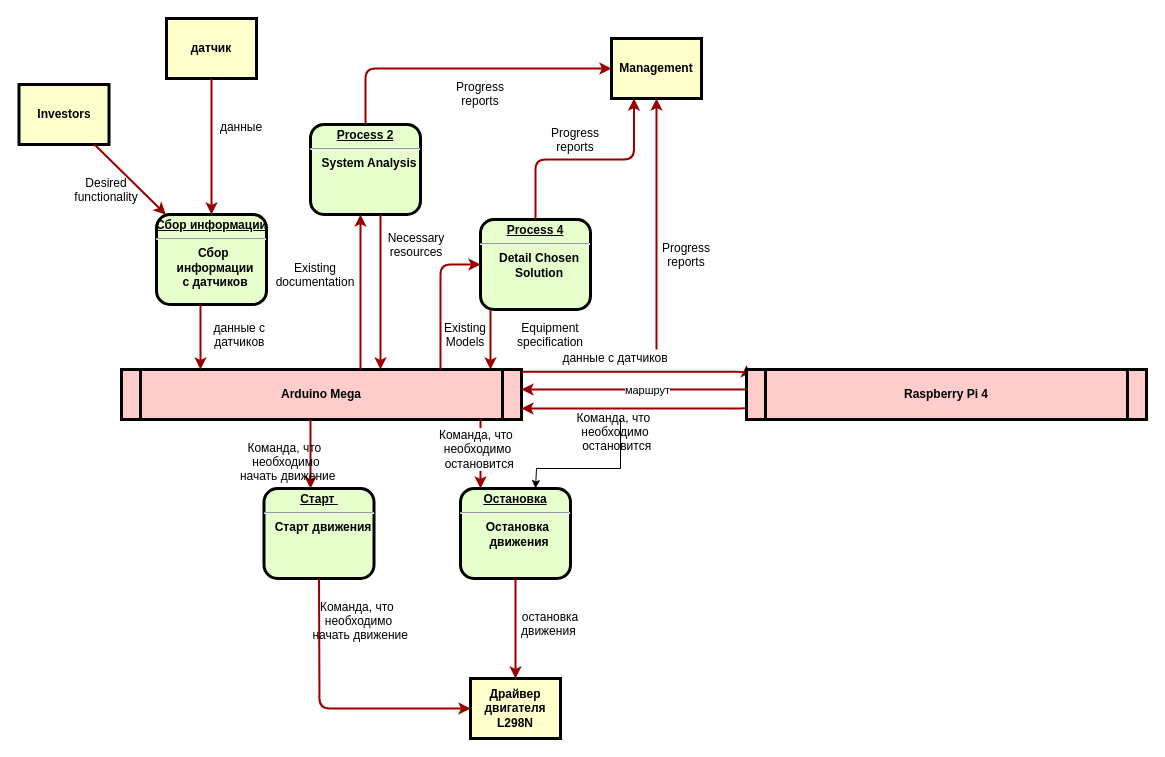
Earlier version of the draw.io diagram dfdardplusras.drawio (Fgeeha/draw.io). Source tidied: cells renumbered, new cells numbered last; positions are measured from the earlier drawing's top-left corner, leaving out a move shared by most shapes. Both pictures are drawn from the tidied source at 100%, with x=0, y=0 at pixel (18, 18).
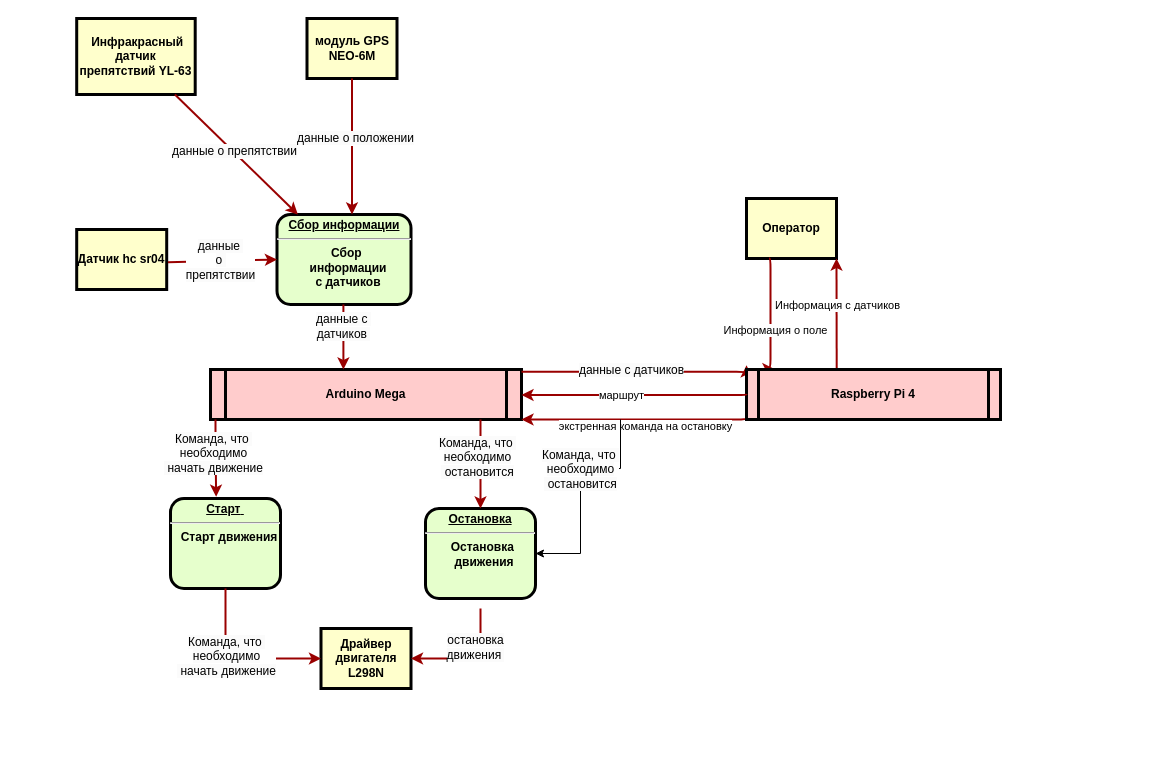
Above is the later version.

The change refers to these unchanged cells:
```xml
<mxCell id="12" style="edgeStyle=none;noEdgeStyle=1;strokeColor=#990000;strokeWidth=2;" parent="1" edge="1" source="4" target="2">
  <mxGeometry relative="1" as="geometry" />
</mxCell>
<mxCell id="32" style="edgeStyle=elbowEdgeStyle;elbow=vertical;strokeColor=#990000;strokeWidth=2;entryX=0;entryY=0.25;entryDx=0;entryDy=0;" parent="1" edge="1">
  <mxGeometry relative="1" as="geometry">
    <mxPoint x="503" y="353.2" as="sourcePoint" />
    <mxPoint x="728" y="346.8" as="targetPoint" />
    <Array as="points">
      <mxPoint x="552" y="353.2" />
    </Array>
  </mxGeometry>
</mxCell>
```

Change to the diagram source:
```diff
@@
     <mxCell id="2" value="&lt;p style=&quot;margin: 0px; margin-top: 4px; text-align: center; text-decoration: underline;&quot;&gt;&lt;strong&gt;Сбор информации&lt;/strong&gt;&lt;/p&gt;&lt;hr&gt;&lt;p style=&quot;margin: 0px; margin-left: 8px;&quot;&gt;Сбор&amp;nbsp;&lt;/p&gt;&lt;p style=&quot;margin: 0px; margin-left: 8px;&quot;&gt;информации&lt;/p&gt;&lt;p style=&quot;margin: 0px; margin-left: 8px;&quot;&gt;с датчиков&lt;/p&gt;" style="verticalAlign=middle;align=center;overflow=fill;fontSize=12;fontFamily=Helvetica;html=1;rounded=1;fontStyle=1;strokeWidth=3;fillColor=#E6FFCC;" parent="1" vertex="1">
-      <mxGeometry x="138" y="196" width="110" height="90" as="geometry" />
+      <mxGeometry x="258.5" y="196" width="134" height="90" as="geometry" />
     </mxCell>
-    <mxCell id="3" value="датчик" style="whiteSpace=wrap;align=center;verticalAlign=middle;fontStyle=1;strokeWidth=3;fillColor=#FFFFCC;" parent="1" vertex="1">
-      <mxGeometry x="148" width="90" height="60" as="geometry" />
+    <mxCell id="3" value="модуль GPS NEO-6M" style="whiteSpace=wrap;align=center;verticalAlign=middle;fontStyle=1;strokeWidth=3;fillColor=#FFFFCC;" parent="1" vertex="1">
+      <mxGeometry x="288.5" width="90" height="60" as="geometry" />
     </mxCell>
-    <mxCell id="4" value="Investors" style="whiteSpace=wrap;align=center;verticalAlign=middle;fontStyle=1;strokeWidth=3;fillColor=#FFFFCC;" parent="1" vertex="1">
-      <mxGeometry x="0.5" y="66" width="90" height="60" as="geometry" />
+    <mxCell id="4" value=" Инфракрасный датчик препятствий YL-63" style="whiteSpace=wrap;align=center;verticalAlign=middle;fontStyle=1;strokeWidth=3;fillColor=#FFFFCC;" parent="1" vertex="1">
+      <mxGeometry x="58.2" width="118.5" height="76" as="geometry" />
     </mxCell>
     <mxCell id="5" value="Arduino Mega" style="shape=process;whiteSpace=wrap;align=center;verticalAlign=middle;size=0.0475;fontStyle=1;strokeWidth=3;fillColor=#FFCCCC;" parent="1" vertex="1">
-      <mxGeometry x="103" y="351" width="400" height="50" as="geometry" />
+      <mxGeometry x="192" y="351" width="311" height="50" as="geometry" />
     </mxCell>
-    <mxCell id="6" value="&lt;p style=&quot;margin: 0px; margin-top: 4px; text-align: center; text-decoration: underline;&quot;&gt;&lt;strong&gt;Process 2&lt;br /&gt;&lt;/strong&gt;&lt;/p&gt;&lt;hr /&gt;&lt;p style=&quot;margin: 0px; margin-left: 8px;&quot;&gt;System Analysis&lt;/p&gt;" style="verticalAlign=middle;align=center;overflow=fill;fontSize=12;fontFamily=Helvetica;html=1;rounded=1;fontStyle=1;strokeWidth=3;fillColor=#E6FFCC;" parent="1" vertex="1">
-      <mxGeometry x="292" y="106" width="110" height="90" as="geometry" />
-    </mxCell>
-    <mxCell id="7" value="&lt;p style=&quot;margin: 0px; margin-top: 4px; text-align: center; text-decoration: underline;&quot;&gt;&lt;strong&gt;&lt;strong&gt;Process&lt;/strong&gt; 4&lt;br /&gt;&lt;/strong&gt;&lt;/p&gt;&lt;hr /&gt;&lt;p style=&quot;margin: 0px; margin-left: 8px;&quot;&gt;Detail Chosen&lt;/p&gt;&lt;p style=&quot;margin: 0px; margin-left: 8px;&quot;&gt;Solution&lt;/p&gt;" style="verticalAlign=middle;align=center;overflow=fill;fontSize=12;fontFamily=Helvetica;html=1;rounded=1;fontStyle=1;strokeWidth=3;fillColor=#E6FFCC;" parent="1" vertex="1">
-      <mxGeometry x="462" y="201" width="110" height="90" as="geometry" />
-    </mxCell>
     <mxCell id="8" value="&lt;p style=&quot;margin: 0px; margin-top: 4px; text-align: center; text-decoration: underline;&quot;&gt;Остановка&lt;/p&gt;&lt;hr&gt;&lt;p style=&quot;margin: 0px; margin-left: 8px;&quot;&gt;Остановка&amp;nbsp;&lt;/p&gt;&lt;p style=&quot;margin: 0px; margin-left: 8px;&quot;&gt;движения&lt;/p&gt;" style="verticalAlign=middle;align=center;overflow=fill;fontSize=12;fontFamily=Helvetica;html=1;rounded=1;fontStyle=1;strokeWidth=3;fillColor=#E6FFCC;" parent="1" vertex="1">
-      <mxGeometry x="442" y="470" width="110" height="90" as="geometry" />
+      <mxGeometry x="407" y="490" width="110" height="90" as="geometry" />
     </mxCell>
-    <mxCell id="9" value="Management" style="whiteSpace=wrap;align=center;verticalAlign=middle;fontStyle=1;strokeWidth=3;fillColor=#FFFFCC;" parent="1" vertex="1">
-      <mxGeometry x="593" y="20" width="90" height="60" as="geometry" />
+    <mxCell id="9" value="Оператор" style="whiteSpace=wrap;align=center;verticalAlign=middle;fontStyle=1;strokeWidth=3;fillColor=#FFFFCC;" parent="1" vertex="1">
+      <mxGeometry x="728" y="180" width="90" height="60" as="geometry" />
     </mxCell>
     <mxCell id="10" value="Драйвер двигателя L298N" style="whiteSpace=wrap;align=center;verticalAlign=middle;fontStyle=1;strokeWidth=3;fillColor=#FFFFCC;" parent="1" vertex="1">
-      <mxGeometry x="452" y="660" width="90" height="60" as="geometry" />
+      <mxGeometry x="302.5" y="610" width="90" height="60" as="geometry" />
     </mxCell>
-    <mxCell id="11" style="edgeStyle=none;noEdgeStyle=1;strokeColor=#990000;strokeWidth=2;" parent="1" edge="1" source="3" target="2">
-      <mxGeometry relative="1" as="geometry" />
+    <mxCell id="11" style="edgeStyle=none;noEdgeStyle=1;strokeColor=#990000;strokeWidth=2;" parent="1" edge="1" source="3">
+      <mxGeometry relative="1" as="geometry">
+        <mxPoint x="333.5" y="196" as="targetPoint" />
+      </mxGeometry>
     </mxCell>
+    <mxCell id="48" value="&lt;span style=&quot;font-size: 12px; background-color: rgb(251, 251, 251);&quot;&gt;данные о положении&lt;/span&gt;" style="edgeLabel;html=1;align=center;verticalAlign=middle;" parent="11" vertex="1">
+      <mxGeometry x="-0.13" y="3" relative="1" as="geometry" />
+    </mxCell>
@@
+    <mxCell id="49" value="&lt;span style=&quot;font-size: 12px; background-color: rgb(251, 251, 251);&quot;&gt;данные о препятствии&lt;/span&gt;" style="edgeLabel;html=1;align=center;verticalAlign=middle;" parent="12" vertex="1">
+      <mxGeometry x="-0.05" y="1" relative="1" as="geometry" />
+    </mxCell>
     <mxCell id="13" value="&lt;p style=&quot;margin: 0px; margin-top: 4px; text-align: center; text-decoration: underline;&quot;&gt;&lt;strong&gt;&lt;strong&gt;Старт&lt;/strong&gt;&amp;nbsp;&lt;br&gt;&lt;/strong&gt;&lt;/p&gt;&lt;hr&gt;&lt;p style=&quot;margin: 0px; margin-left: 8px;&quot;&gt;Старт движения&lt;/p&gt;" style="verticalAlign=middle;align=center;overflow=fill;fontSize=12;fontFamily=Helvetica;html=1;rounded=1;fontStyle=1;strokeWidth=3;fillColor=#E6FFCC;" parent="1" vertex="1">
-      <mxGeometry x="245.5" y="470" width="110" height="90" as="geometry" />
+      <mxGeometry x="152" y="480" width="110" height="90" as="geometry" />
     </mxCell>
-    <mxCell id="14" value="Desired &#10;functionality" style="text;spacingTop=-5;align=center;" parent="1" vertex="1">
-      <mxGeometry x="73" y="156" width="30" height="20" as="geometry" />
-    </mxCell>
-    <mxCell id="15" value="данные" style="text;spacingTop=-5;align=center;" parent="1" vertex="1">
-      <mxGeometry x="208" y="100" width="30" height="20" as="geometry" />
-    </mxCell>
-    <mxCell id="16" style="edgeStyle=elbowEdgeStyle;elbow=horizontal;strokeColor=#990000;strokeWidth=2;" parent="1" edge="1" source="2" target="5">
+    <mxCell id="16" style="edgeStyle=elbowEdgeStyle;elbow=horizontal;strokeColor=#990000;strokeWidth=2;" parent="1" edge="1">
       <mxGeometry relative="1" as="geometry">
+        <mxPoint x="324.9" y="286" as="sourcePoint" />
+        <mxPoint x="324.9" y="351" as="targetPoint" />
         <Array as="points">
-          <mxPoint x="182" y="320" />
+          <mxPoint x="324.9" y="320" />
         </Array>
       </mxGeometry>
     </mxCell>
-    <mxCell id="17" value="данные с &#10;датчиков " style="text;spacingTop=-5;align=center;" parent="1" vertex="1">
-      <mxGeometry x="208" y="301" width="30" height="20" as="geometry" />
-    </mxCell>
-    <mxCell id="18" style="edgeStyle=elbowEdgeStyle;elbow=horizontal;strokeColor=#990000;strokeWidth=2;" parent="1" edge="1" source="5" target="6">
-      <mxGeometry relative="1" as="geometry">
-        <Array as="points">
-          <mxPoint x="342" y="270" />
-        </Array>
-      </mxGeometry>
-    </mxCell>
-    <mxCell id="19" style="edgeStyle=elbowEdgeStyle;elbow=horizontal;strokeColor=#990000;strokeWidth=2;" parent="1" edge="1" source="6" target="5">
-      <mxGeometry relative="1" as="geometry">
-        <Array as="points">
-          <mxPoint x="362" y="280" />
-        </Array>
-      </mxGeometry>
-    </mxCell>
-    <mxCell id="20" value="Existing&#10;documentation" style="text;spacingTop=-5;align=center;" parent="1" vertex="1">
-      <mxGeometry x="282" y="241" width="30" height="20" as="geometry" />
-    </mxCell>
-    <mxCell id="21" value="Necessary&#10;resources" style="text;spacingTop=-5;align=center;" parent="1" vertex="1">
-      <mxGeometry x="383" y="211" width="30" height="20" as="geometry" />
-    </mxCell>
-    <mxCell id="22" value="Progress&#10;reports" style="text;spacingTop=-5;align=center;" parent="1" vertex="1">
-      <mxGeometry x="447" y="60" width="30" height="20" as="geometry" />
-    </mxCell>
-    <mxCell id="23" value="Progress&#10;reports" style="text;spacingTop=-5;align=center;" parent="1" vertex="1">
-      <mxGeometry x="542" y="106" width="30" height="20" as="geometry" />
-    </mxCell>
-    <mxCell id="24" value="Progress&#10;reports" style="text;spacingTop=-5;align=center;" parent="1" vertex="1">
-      <mxGeometry x="653" y="221" width="30" height="20" as="geometry" />
-    </mxCell>
-    <mxCell id="25" style="edgeStyle=elbowEdgeStyle;elbow=horizontal;strokeColor=#990000;strokeWidth=2;" parent="1" edge="1" source="6" target="9">
-      <mxGeometry relative="1" as="geometry">
-        <Array as="points">
-          <mxPoint x="347" y="100" />
-        </Array>
-      </mxGeometry>
-    </mxCell>
-    <mxCell id="26" style="edgeStyle=elbowEdgeStyle;elbow=vertical;entryX=0.25;entryY=1;strokeColor=#990000;strokeWidth=2;" parent="1" edge="1" source="7" target="9">
-      <mxGeometry relative="1" as="geometry" />
-    </mxCell>
+    <mxCell id="50" value="&lt;span style=&quot;font-size: 12px; background-color: rgb(251, 251, 251);&quot;&gt;данные с&amp;nbsp;&lt;/span&gt;&lt;br style=&quot;padding: 0px; margin: 0px; font-size: 12px; background-color: rgb(251, 251, 251);&quot;&gt;&lt;span style=&quot;font-size: 12px; background-color: rgb(251, 251, 251);&quot;&gt;датчиков&amp;nbsp;&lt;/span&gt;" style="edgeLabel;html=1;align=center;verticalAlign=middle;" parent="16" vertex="1">
+      <mxGeometry x="-0.34" relative="1" as="geometry" />
+    </mxCell>
-    <mxCell id="27" style="edgeStyle=elbowEdgeStyle;elbow=horizontal;strokeColor=#990000;strokeWidth=2;" parent="1" edge="1" target="9">
+    <mxCell id="27" style="edgeStyle=elbowEdgeStyle;elbow=horizontal;strokeColor=#990000;strokeWidth=2;entryX=1;entryY=1;entryDx=0;entryDy=0;" parent="1" edge="1" target="9">
       <mxGeometry relative="1" as="geometry">
-        <mxPoint x="638" y="331" as="sourcePoint" />
+        <mxPoint x="818.2" y="351" as="sourcePoint" />
       </mxGeometry>
     </mxCell>
-    <mxCell id="28" style="edgeStyle=elbowEdgeStyle;elbow=horizontal;strokeColor=#990000;strokeWidth=2;" parent="1" edge="1" source="7" target="5">
-      <mxGeometry relative="1" as="geometry">
-        <Array as="points">
-          <mxPoint x="472" y="320" />
-        </Array>
-      </mxGeometry>
-    </mxCell>
-    <mxCell id="29" style="edgeStyle=segmentEdgeStyle;strokeColor=#990000;strokeWidth=2;" parent="1" edge="1" source="5" target="7">
-      <mxGeometry relative="1" as="geometry">
-        <Array as="points">
-          <mxPoint x="422" y="246" />
-        </Array>
-      </mxGeometry>
-    </mxCell>
-    <mxCell id="30" value="Existing&#10;Models" style="text;spacingTop=-5;align=center;" parent="1" vertex="1">
-      <mxGeometry x="432" y="301" width="30" height="20" as="geometry" />
-    </mxCell>
-    <mxCell id="31" value="Equipment&#10;specification" style="text;spacingTop=-5;align=center;" parent="1" vertex="1">
-      <mxGeometry x="517" y="301" width="30" height="20" as="geometry" />
-    </mxCell>
+    <mxCell id="51" value="Информация с датчиков" style="edgeLabel;html=1;align=center;verticalAlign=middle;" parent="27" vertex="1">
+      <mxGeometry x="0.61" y="-1" relative="1" as="geometry">
+        <mxPoint x="-1" y="25" as="offset" />
+      </mxGeometry>
+    </mxCell>
@@
+    <mxCell id="52" value="&lt;span style=&quot;font-size: 12px; background-color: rgb(251, 251, 251);&quot;&gt;данные с датчиков&lt;/span&gt;" style="edgeLabel;html=1;align=center;verticalAlign=middle;" parent="32" vertex="1">
+      <mxGeometry x="0.13" y="-4" relative="1" as="geometry">
+        <mxPoint x="-22" y="-6" as="offset" />
+      </mxGeometry>
+    </mxCell>
-    <mxCell id="33" style="edgeStyle=elbowEdgeStyle;elbow=vertical;strokeColor=#990000;strokeWidth=2;exitX=0;exitY=0.75;exitDx=0;exitDy=0;" parent="1" edge="1" source="45" target="5">
+    <mxCell id="33" style="edgeStyle=elbowEdgeStyle;elbow=vertical;strokeColor=#990000;strokeWidth=2;exitX=0;exitY=0.75;exitDx=0;exitDy=0;" parent="1" edge="1">
       <mxGeometry relative="1" as="geometry">
+        <mxPoint x="728" y="399.5" as="sourcePoint" />
+        <mxPoint x="503" y="401" as="targetPoint" />
         <Array as="points">
-          <mxPoint x="552" y="390" />
+          <mxPoint x="552" y="401" />
         </Array>
       </mxGeometry>
     </mxCell>
-    <mxCell id="34" value="данные с датчиков" style="text;spacingTop=-5;align=center;" parent="1" vertex="1">
-      <mxGeometry x="582" y="331" width="30" height="20" as="geometry" />
-    </mxCell>
+    <mxCell id="53" value="экстренная команда на остановку" style="edgeLabel;html=1;align=center;verticalAlign=middle;" parent="33" vertex="1">
+      <mxGeometry x="-0.09" y="6" relative="1" as="geometry" />
+    </mxCell>
-    <mxCell id="35" style="edgeStyle=orthogonalEdgeStyle;rounded=0;orthogonalLoop=1;jettySize=auto;html=1;" parent="1" edge="1">
+    <mxCell id="35" style="edgeStyle=orthogonalEdgeStyle;rounded=0;jettySize=auto;html=1;" parent="1" edge="1" target="8">
       <mxGeometry relative="1" as="geometry">
         <mxPoint x="602" y="401" as="sourcePoint" />
-        <mxPoint x="517" y="470" as="targetPoint" />
         <Array as="points">
           <mxPoint x="602" y="450" />
-          <mxPoint x="518" y="450" />
+          <mxPoint x="562" y="450" />
+          <mxPoint x="562" y="535" />
         </Array>
       </mxGeometry>
     </mxCell>
-    <mxCell id="36" value="Команда, что &#10;необходимо&#10; остановится" style="text;spacingTop=-5;align=center;" parent="1" vertex="1">
-      <mxGeometry x="582" y="391" width="30" height="20" as="geometry" />
+    <mxCell id="36" value="&lt;span style=&quot;font-size: 12px; background-color: rgb(251, 251, 251);&quot;&gt;Команда, что&amp;nbsp;&lt;/span&gt;&lt;br style=&quot;padding: 0px; margin: 0px; font-size: 12px; background-color: rgb(251, 251, 251);&quot;&gt;&lt;span style=&quot;font-size: 12px; background-color: rgb(251, 251, 251);&quot;&gt;необходимо&lt;/span&gt;&lt;br style=&quot;padding: 0px; margin: 0px; font-size: 12px; background-color: rgb(251, 251, 251);&quot;&gt;&lt;span style=&quot;font-size: 12px; background-color: rgb(251, 251, 251);&quot;&gt;&amp;nbsp;остановится&lt;/span&gt;" style="edgeLabel;html=1;align=center;verticalAlign=middle;" parent="35" vertex="1">
+      <mxGeometry x="-0.19" y="-1" relative="1" as="geometry" />
     </mxCell>
@@
-    <mxCell id="39" style="edgeStyle=elbowEdgeStyle;elbow=horizontal;strokeColor=#990000;strokeWidth=2;entryX=0.5;entryY=0;entryDx=0;entryDy=0;exitX=0.5;exitY=1;exitDx=0;exitDy=0;" parent="1" edge="1" source="8" target="10">
-      <mxGeometry relative="1" as="geometry" />
+    <mxCell id="39" style="edgeStyle=elbowEdgeStyle;elbow=horizontal;strokeColor=#990000;strokeWidth=2;entryX=1;entryY=0.5;entryDx=0;entryDy=0;" parent="1" edge="1" target="10">
+      <mxGeometry relative="1" as="geometry">
+        <mxPoint x="462" y="590" as="sourcePoint" />
+        <Array as="points">
+          <mxPoint x="462" y="630" />
+        </Array>
+      </mxGeometry>
     </mxCell>
-    <mxCell id="40" value="остановка&#10;движения " style="text;spacingTop=-5;align=center;" parent="1" vertex="1">
-      <mxGeometry x="517" y="590" width="30" height="20" as="geometry" />
+    <mxCell id="40" value="&lt;span style=&quot;font-size: 12px; background-color: rgb(251, 251, 251);&quot;&gt;остановка&lt;/span&gt;&lt;br style=&quot;padding: 0px; margin: 0px; font-size: 12px; background-color: rgb(251, 251, 251);&quot;&gt;&lt;span style=&quot;font-size: 12px; background-color: rgb(251, 251, 251);&quot;&gt;движения&amp;nbsp;&lt;/span&gt;" style="edgeLabel;html=1;align=center;verticalAlign=middle;" parent="39" vertex="1">
+      <mxGeometry x="-0.35" y="-6" relative="1" as="geometry">
+        <mxPoint y="-1" as="offset" />
+      </mxGeometry>
     </mxCell>
-    <mxCell id="41" style="edgeStyle=elbowEdgeStyle;elbow=horizontal;strokeColor=#990000;strokeWidth=2;exitX=0.5;exitY=1;exitDx=0;exitDy=0;" parent="1" edge="1" source="13" target="10">
+    <mxCell id="41" style="edgeStyle=elbowEdgeStyle;elbow=horizontal;strokeColor=#990000;strokeWidth=2;exitX=0.25;exitY=1;exitDx=0;exitDy=0;entryX=0.11;entryY=-0.012;entryDx=0;entryDy=0;entryPerimeter=0;" parent="1" edge="1" source="9" target="45">
       <mxGeometry relative="1" as="geometry">
         <Array as="points">
-          <mxPoint x="301" y="630" />
+          <mxPoint x="752" y="190" />
         </Array>
       </mxGeometry>
     </mxCell>
-    <mxCell id="42" value="Команда, что &#10;необходимо&#10; начать движение" style="text;spacingTop=-5;align=center;" parent="1" vertex="1">
-      <mxGeometry x="325.5" y="580" width="30" height="20" as="geometry" />
-    </mxCell>
+    <mxCell id="54" value="Информация о поле" style="edgeLabel;html=1;align=center;verticalAlign=middle;" parent="41" vertex="1">
+      <mxGeometry x="0.28" y="4" relative="1" as="geometry">
+        <mxPoint y="-1" as="offset" />
+      </mxGeometry>
+    </mxCell>
-    <mxCell id="43" style="edgeStyle=elbowEdgeStyle;elbow=horizontal;strokeColor=#990000;strokeWidth=2;" parent="1" edge="1" source="5" target="13">
+    <mxCell id="43" style="edgeStyle=elbowEdgeStyle;elbow=vertical;strokeColor=#990000;strokeWidth=2;exitX=0.135;exitY=1.089;exitDx=0;exitDy=0;exitPerimeter=0;entryX=0.415;entryY=-0.02;entryDx=0;entryDy=0;entryPerimeter=0;" parent="1" edge="1" target="13">
       <mxGeometry relative="1" as="geometry">
+        <mxPoint x="197" y="401" as="sourcePoint" />
         <Array as="points">
-          <mxPoint x="292" y="430" />
+          <mxPoint x="332" y="425.6" />
         </Array>
       </mxGeometry>
     </mxCell>
-    <mxCell id="44" value="Команда, что &#10;необходимо&#10; начать движение" style="text;spacingTop=-5;align=center;" parent="1" vertex="1">
-      <mxGeometry x="253" y="421" width="30" height="20" as="geometry" />
-    </mxCell>
+    <mxCell id="55" value="&lt;span style=&quot;font-size: 12px; background-color: rgb(251, 251, 251);&quot;&gt;Команда, что&amp;nbsp;&lt;/span&gt;&lt;br style=&quot;padding: 0px; margin: 0px; font-size: 12px; background-color: rgb(251, 251, 251);&quot;&gt;&lt;span style=&quot;font-size: 12px; background-color: rgb(251, 251, 251);&quot;&gt;необходимо&lt;/span&gt;&lt;br style=&quot;padding: 0px; margin: 0px; font-size: 12px; background-color: rgb(251, 251, 251);&quot;&gt;&lt;span style=&quot;font-size: 12px; background-color: rgb(251, 251, 251);&quot;&gt;&amp;nbsp;начать движение&lt;/span&gt;" style="edgeLabel;html=1;align=center;verticalAlign=middle;" parent="43" vertex="1">
+      <mxGeometry x="-0.12" y="-3" relative="1" as="geometry" />
+    </mxCell>
     <mxCell id="45" value="Raspberry Pi 4" style="shape=process;whiteSpace=wrap;align=center;verticalAlign=middle;size=0.0475;fontStyle=1;strokeWidth=3;fillColor=#FFCCCC;" parent="1" vertex="1">
-      <mxGeometry x="728" y="351" width="400" height="50" as="geometry" />
+      <mxGeometry x="728" y="351" width="254" height="50" as="geometry" />
     </mxCell>
     <mxCell id="46" style="edgeStyle=elbowEdgeStyle;elbow=vertical;strokeColor=#990000;strokeWidth=2;exitX=0;exitY=0.75;exitDx=0;exitDy=0;" parent="1" edge="1">
       <mxGeometry relative="1" as="geometry">
-        <mxPoint x="728" y="370" as="sourcePoint" />
-        <mxPoint x="503" y="371" as="targetPoint" />
+        <mxPoint x="728" y="375.5" as="sourcePoint" />
+        <mxPoint x="503" y="376.5" as="targetPoint" />
         <Array as="points">
-          <mxPoint x="552" y="371" />
+          <mxPoint x="552" y="376.5" />
         </Array>
       </mxGeometry>
     </mxCell>
     <mxCell id="47" value="маршрут" style="edgeLabel;html=1;align=center;verticalAlign=middle;" parent="46" vertex="1">
-      <mxGeometry x="-0.11" relative="1" as="geometry" />
+      <mxGeometry x="-0.11" relative="1" as="geometry">
+        <mxPoint x="-26" as="offset" />
+      </mxGeometry>
     </mxCell>
+    <mxCell id="56" value="Датчик hc sr04" style="whiteSpace=wrap;align=center;verticalAlign=middle;fontStyle=1;strokeWidth=3;fillColor=#FFFFCC;" parent="1" vertex="1">
+      <mxGeometry x="58.2" y="211" width="90" height="60" as="geometry" />
+    </mxCell>
+    <mxCell id="57" style="edgeStyle=none;noEdgeStyle=1;strokeColor=#990000;strokeWidth=2;exitX=1.014;exitY=0.547;exitDx=0;exitDy=0;exitPerimeter=0;entryX=0;entryY=0.5;entryDx=0;entryDy=0;" parent="1" edge="1" source="56" target="2">
+      <mxGeometry relative="1" as="geometry" />
+    </mxCell>
+    <mxCell id="58" value="&lt;span style=&quot;font-size: 12px; background-color: rgb(251, 251, 251);&quot;&gt;данные&amp;nbsp;&lt;/span&gt;&lt;div&gt;&lt;span style=&quot;font-size: 12px; background-color: rgb(251, 251, 251);&quot;&gt;о&amp;nbsp;&lt;/span&gt;&lt;/div&gt;&lt;div&gt;&lt;span style=&quot;font-size: 12px; background-color: rgb(251, 251, 251);&quot;&gt;препятствии&lt;/span&gt;&lt;/div&gt;" style="edgeLabel;html=1;align=center;verticalAlign=middle;" parent="57" vertex="1">
+      <mxGeometry x="-0.05" y="1" relative="1" as="geometry" />
+    </mxCell>
+    <mxCell id="59" style="edgeStyle=elbowEdgeStyle;elbow=horizontal;strokeColor=#990000;strokeWidth=2;exitX=0.5;exitY=1;exitDx=0;exitDy=0;entryX=0;entryY=0.5;entryDx=0;entryDy=0;" parent="1" edge="1" source="13" target="10">
+      <mxGeometry relative="1" as="geometry">
+        <Array as="points">
+          <mxPoint x="207" y="650" />
+        </Array>
+      </mxGeometry>
+    </mxCell>
+    <mxCell id="60" value="&lt;span style=&quot;font-size: 12px; background-color: rgb(251, 251, 251);&quot;&gt;Команда, что&amp;nbsp;&lt;/span&gt;&lt;br style=&quot;padding: 0px; margin: 0px; font-size: 12px; background-color: rgb(251, 251, 251);&quot;&gt;&lt;span style=&quot;font-size: 12px; background-color: rgb(251, 251, 251);&quot;&gt;необходимо&lt;/span&gt;&lt;br style=&quot;padding: 0px; margin: 0px; font-size: 12px; background-color: rgb(251, 251, 251);&quot;&gt;&lt;span style=&quot;font-size: 12px; background-color: rgb(251, 251, 251);&quot;&gt;&amp;nbsp;начать движение&lt;/span&gt;" style="edgeLabel;html=1;align=center;verticalAlign=middle;" parent="59" vertex="1">
+      <mxGeometry x="-0.16" y="3" relative="1" as="geometry" />
+    </mxCell>
```
